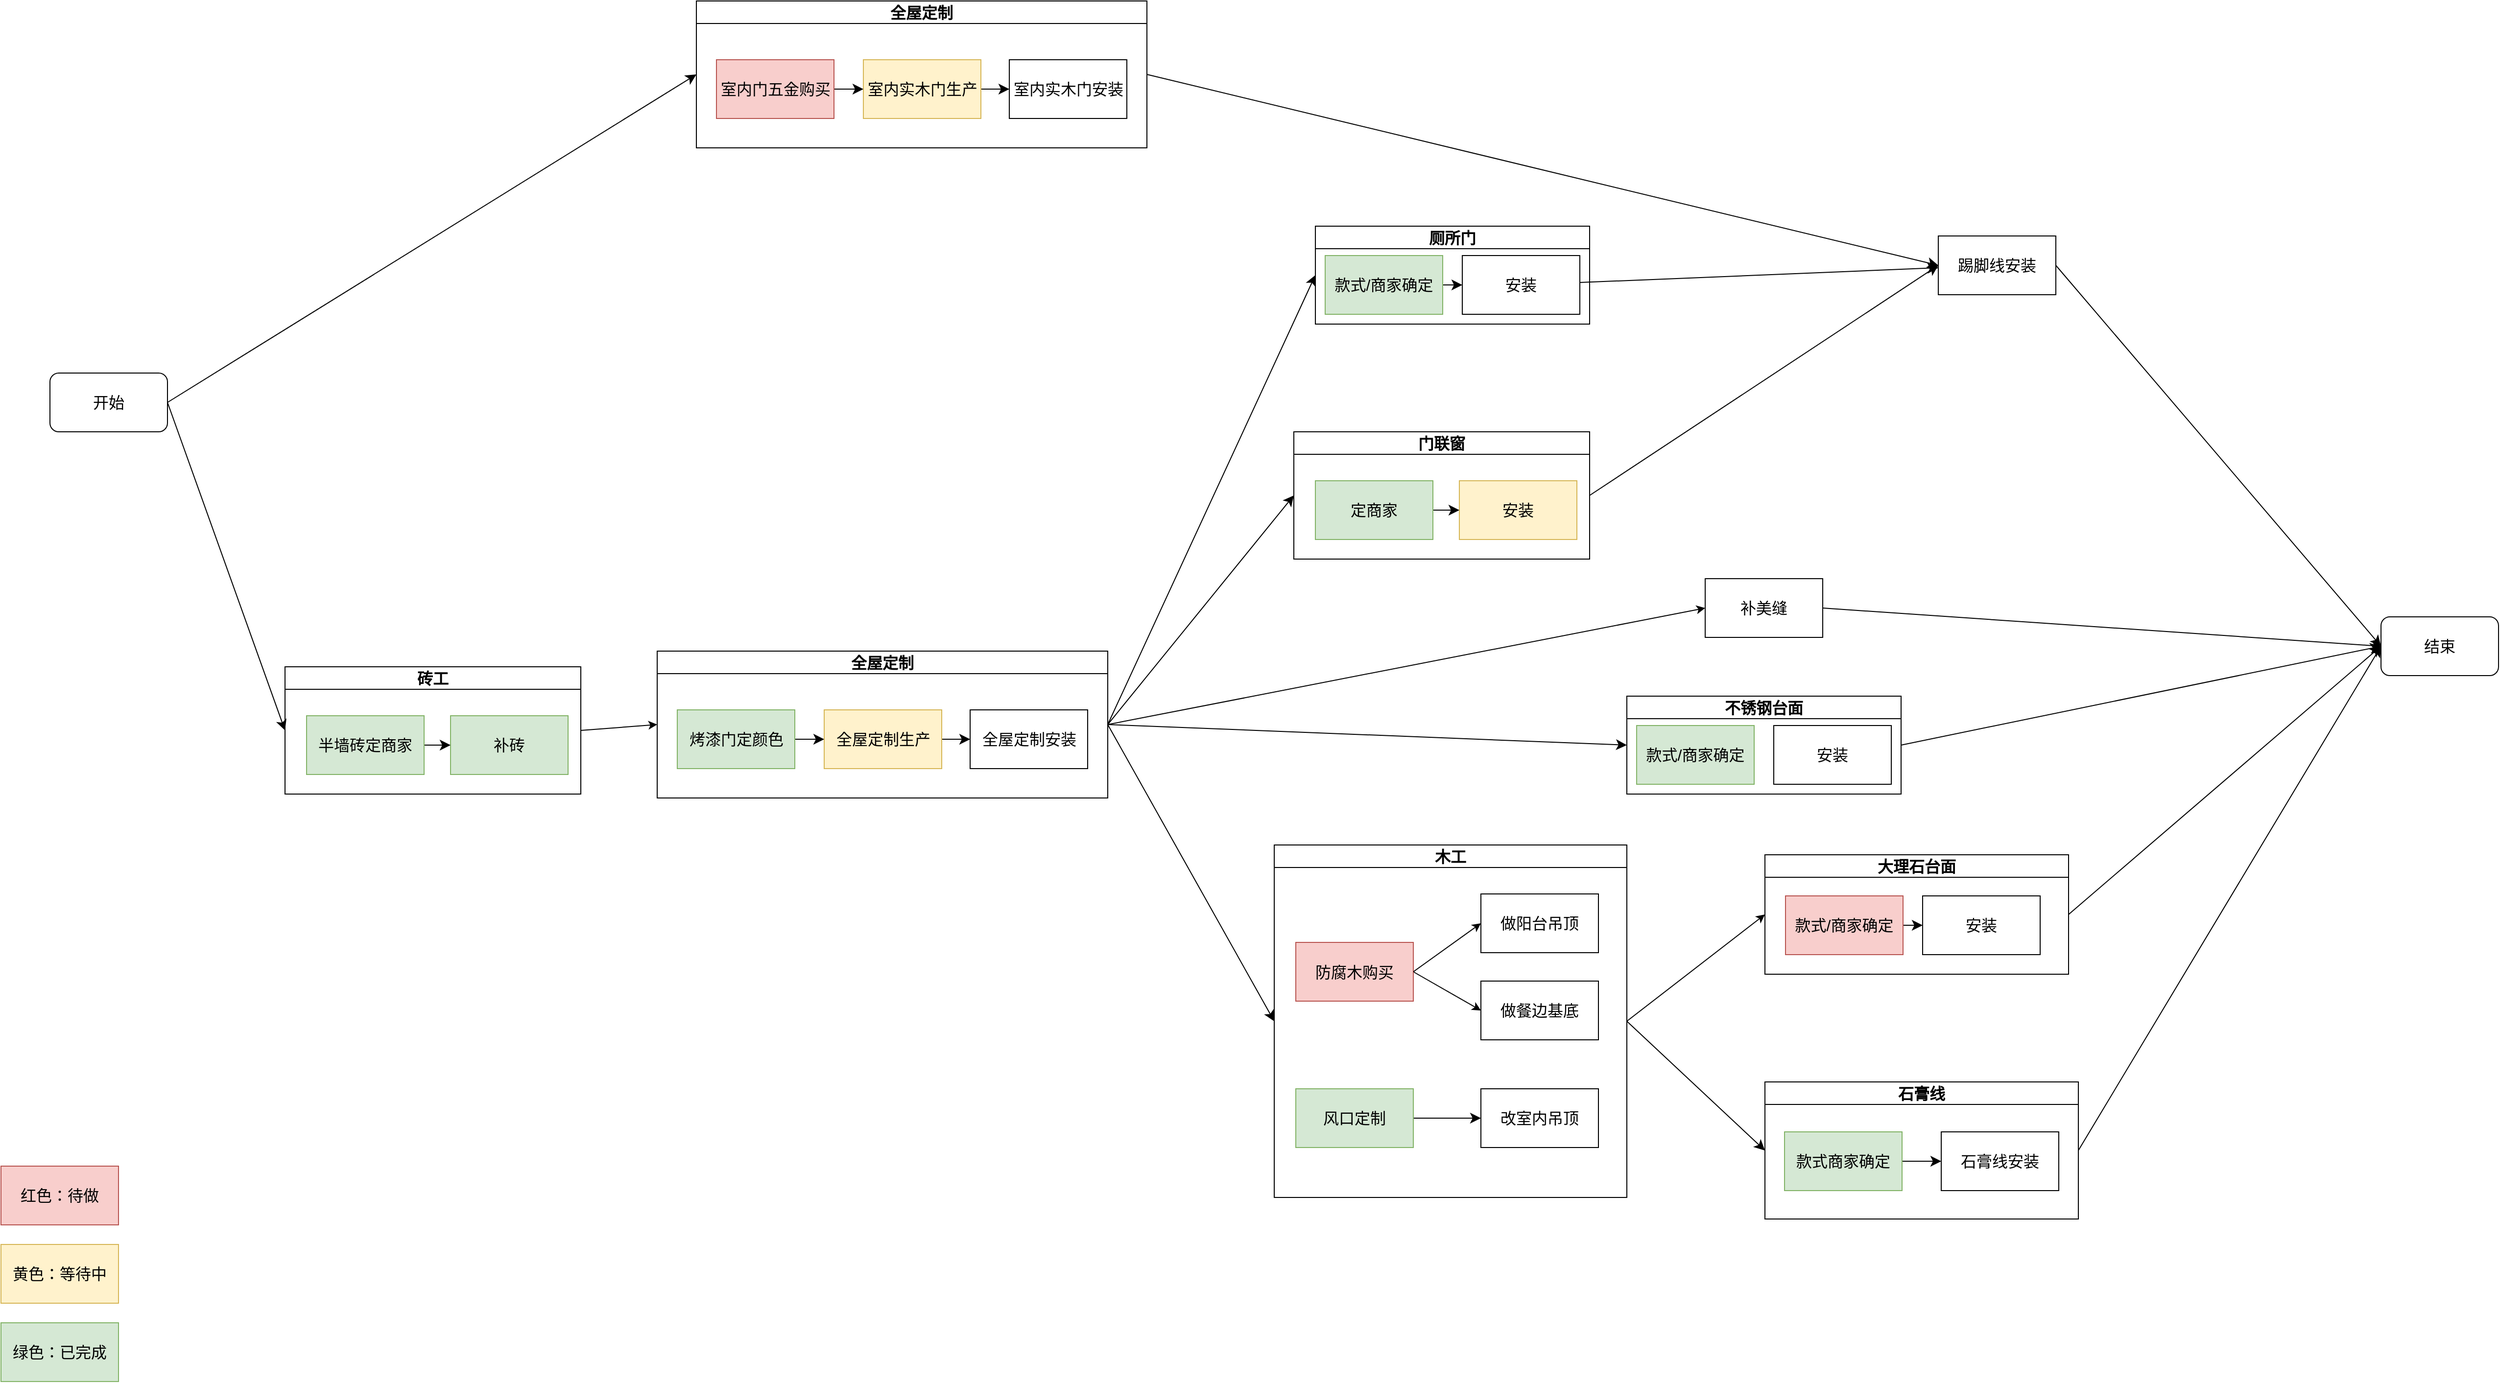
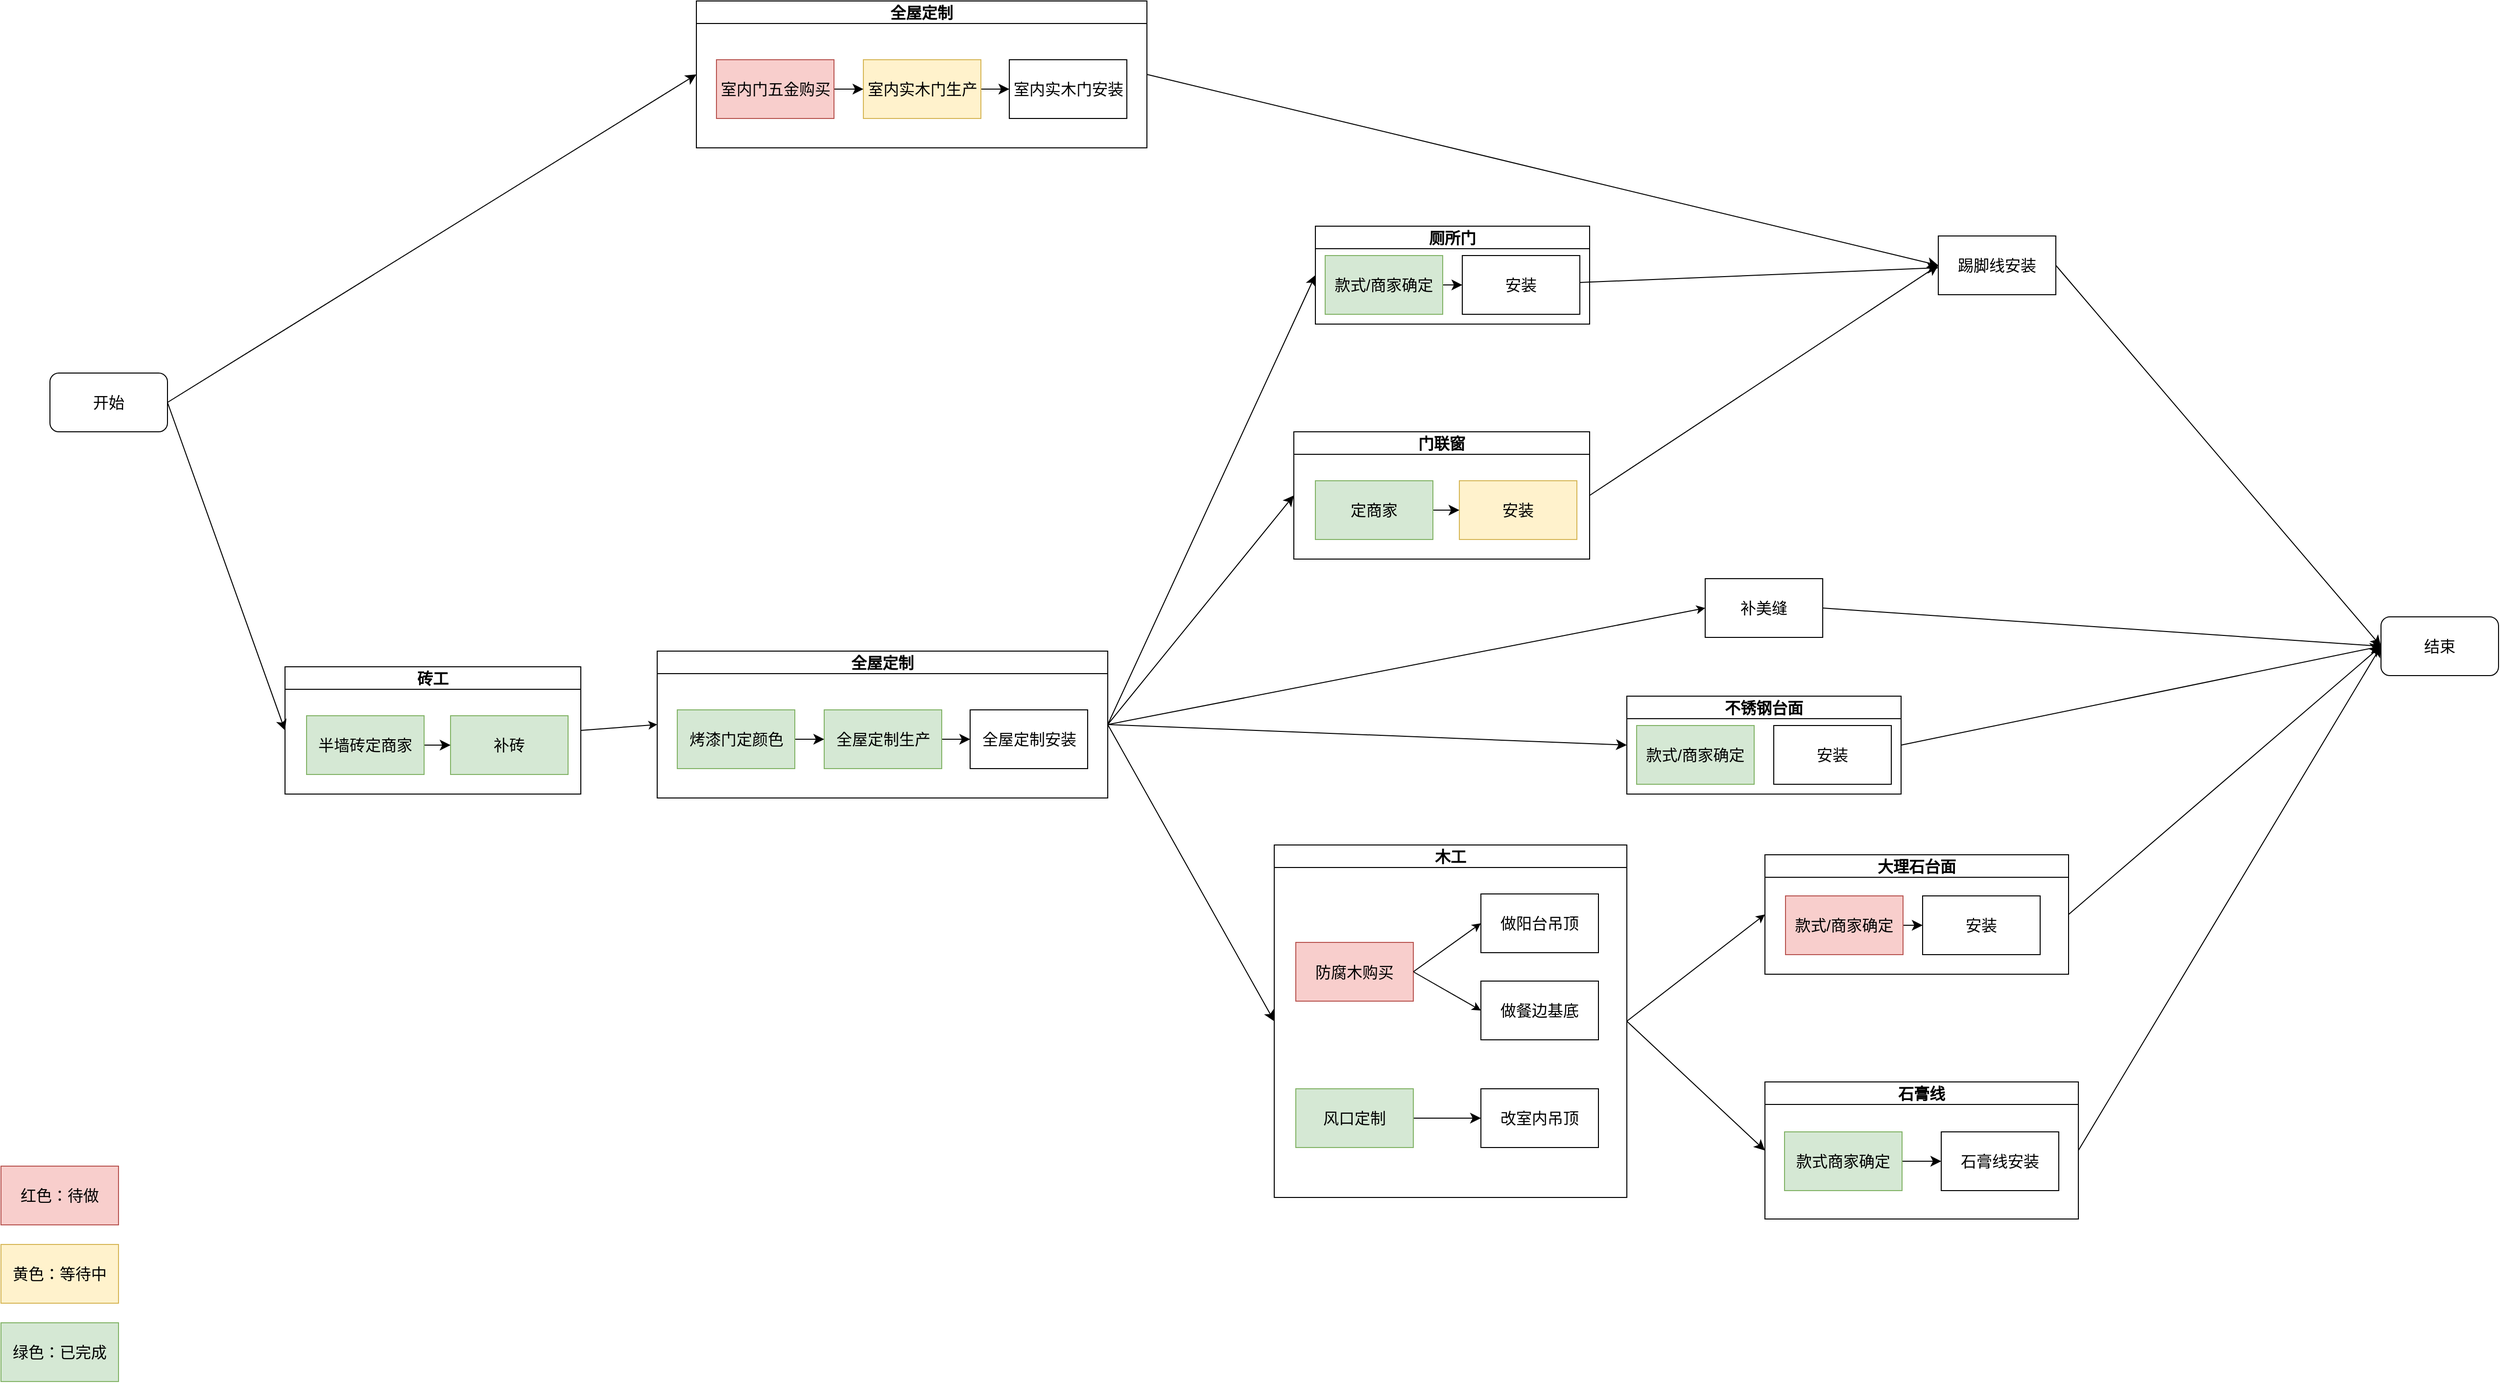
<mxfile host="app.diagrams.net">
  <diagram name="第 1 页" id="2Ei7WXRB8zRWnQdxWP_-">
    <mxGraphModel dx="2754" dy="1920" grid="1" gridSize="10" guides="1" tooltips="1" connect="1" arrows="1" fold="1" page="1" pageScale="1" pageWidth="827" pageHeight="1169" math="0" shadow="0">
      <root>
        <mxCell id="0" />
        <mxCell id="1" parent="0" />
        <mxCell id="gJAD5dA8SqptaOQvNV3d-4" edge="1" parent="1" source="gJAD5dA8SqptaOQvNV3d-6" style="edgeStyle=none;curved=1;rounded=0;orthogonalLoop=1;jettySize=auto;html=1;exitX=1;exitY=0.5;exitDx=0;exitDy=0;entryX=0;entryY=0.5;entryDx=0;entryDy=0;fontSize=16;startSize=8;endSize=8;" target="FFw6kcmiYEBRZalVSlK9-1">
          <mxGeometry relative="1" as="geometry" />
        </mxCell>
        <mxCell id="gJAD5dA8SqptaOQvNV3d-95" edge="1" parent="1" source="gJAD5dA8SqptaOQvNV3d-6" style="edgeStyle=none;curved=1;rounded=0;orthogonalLoop=1;jettySize=auto;html=1;exitX=1;exitY=0.5;exitDx=0;exitDy=0;entryX=0;entryY=0.5;entryDx=0;entryDy=0;fontSize=12;startSize=8;endSize=8;" target="gJAD5dA8SqptaOQvNV3d-89">
          <mxGeometry relative="1" as="geometry" />
        </mxCell>
        <mxCell id="gJAD5dA8SqptaOQvNV3d-6" parent="1" style="rounded=1;whiteSpace=wrap;html=1;fontSize=16;" value="开始" vertex="1">
          <mxGeometry height="60" width="120" x="140" y="890" as="geometry" />
        </mxCell>
        <mxCell id="gJAD5dA8SqptaOQvNV3d-8" edge="1" parent="1" style="edgeStyle=none;curved=1;rounded=0;orthogonalLoop=1;jettySize=auto;html=1;exitX=1;exitY=0.5;exitDx=0;exitDy=0;entryX=0;entryY=0.5;entryDx=0;entryDy=0;fontSize=16;startSize=8;endSize=8;">
          <mxGeometry relative="1" as="geometry">
            <mxPoint x="730" y="720" as="sourcePoint" />
          </mxGeometry>
        </mxCell>
        <mxCell id="gJAD5dA8SqptaOQvNV3d-17" edge="1" parent="1" source="gJAD5dA8SqptaOQvNV3d-21" style="edgeStyle=none;curved=1;rounded=0;orthogonalLoop=1;jettySize=auto;html=1;exitX=1;exitY=0.5;exitDx=0;exitDy=0;entryX=0;entryY=0.5;entryDx=0;entryDy=0;fontSize=16;startSize=8;endSize=8;" target="gJAD5dA8SqptaOQvNV3d-33">
          <mxGeometry relative="1" as="geometry" />
        </mxCell>
        <mxCell id="gJAD5dA8SqptaOQvNV3d-18" edge="1" parent="1" source="gJAD5dA8SqptaOQvNV3d-21" style="edgeStyle=none;curved=1;rounded=0;orthogonalLoop=1;jettySize=auto;html=1;exitX=1;exitY=0.5;exitDx=0;exitDy=0;fontSize=16;startSize=8;endSize=8;entryX=0;entryY=0.5;entryDx=0;entryDy=0;" target="gJAD5dA8SqptaOQvNV3d-71">
          <mxGeometry relative="1" as="geometry">
            <mxPoint x="1240" y="1060" as="targetPoint" />
          </mxGeometry>
        </mxCell>
        <mxCell id="gJAD5dA8SqptaOQvNV3d-19" edge="1" parent="1" source="gJAD5dA8SqptaOQvNV3d-21" style="edgeStyle=none;curved=1;rounded=0;orthogonalLoop=1;jettySize=auto;html=1;exitX=1;exitY=0.5;exitDx=0;exitDy=0;fontSize=16;startSize=8;endSize=8;entryX=0;entryY=0.5;entryDx=0;entryDy=0;" target="gJAD5dA8SqptaOQvNV3d-43">
          <mxGeometry relative="1" as="geometry">
            <mxPoint x="950" y="1150" as="targetPoint" />
          </mxGeometry>
        </mxCell>
        <mxCell id="gJAD5dA8SqptaOQvNV3d-20" edge="1" parent="1" source="gJAD5dA8SqptaOQvNV3d-21" style="edgeStyle=none;curved=1;rounded=0;orthogonalLoop=1;jettySize=auto;html=1;exitX=1;exitY=0.5;exitDx=0;exitDy=0;entryX=0;entryY=0.5;entryDx=0;entryDy=0;fontSize=16;startSize=8;endSize=8;" target="gJAD5dA8SqptaOQvNV3d-66">
          <mxGeometry relative="1" as="geometry" />
        </mxCell>
        <mxCell id="FFw6kcmiYEBRZalVSlK9-6" edge="1" parent="1" source="gJAD5dA8SqptaOQvNV3d-21" style="rounded=0;orthogonalLoop=1;jettySize=auto;html=1;exitX=1;exitY=0.5;exitDx=0;exitDy=0;entryX=0;entryY=0.5;entryDx=0;entryDy=0;" target="gJAD5dA8SqptaOQvNV3d-63">
          <mxGeometry relative="1" as="geometry" />
        </mxCell>
        <mxCell id="gJAD5dA8SqptaOQvNV3d-21" parent="1" style="swimlane;whiteSpace=wrap;html=1;startSize=23;fontSize=16;" value="全屋定制" vertex="1">
          <mxGeometry height="150" width="460" x="760" y="1174" as="geometry" />
        </mxCell>
        <mxCell id="gJAD5dA8SqptaOQvNV3d-22" edge="1" parent="gJAD5dA8SqptaOQvNV3d-21" source="gJAD5dA8SqptaOQvNV3d-23" style="edgeStyle=none;curved=1;rounded=0;orthogonalLoop=1;jettySize=auto;html=1;exitX=1;exitY=0.5;exitDx=0;exitDy=0;entryX=0;entryY=0.5;entryDx=0;entryDy=0;fontSize=16;startSize=8;endSize=8;" target="gJAD5dA8SqptaOQvNV3d-28">
          <mxGeometry relative="1" as="geometry" />
        </mxCell>
-         <mxCell id="gJAD5dA8SqptaOQvNV3d-23" parent="gJAD5dA8SqptaOQvNV3d-21" style="rounded=0;whiteSpace=wrap;html=1;fontSize=16;fillColor=#fff2cc;strokeColor=#d6b656;" value="全屋定制生产" vertex="1">
+         <mxCell id="gJAD5dA8SqptaOQvNV3d-23" parent="gJAD5dA8SqptaOQvNV3d-21" style="rounded=0;whiteSpace=wrap;html=1;fontSize=16;fillColor=#d5e8d4;strokeColor=#82b366;" value="全屋定制生产" vertex="1">
          <mxGeometry height="60" width="120" x="170.5" y="60" as="geometry" />
        </mxCell>
        <mxCell id="gJAD5dA8SqptaOQvNV3d-24" edge="1" parent="gJAD5dA8SqptaOQvNV3d-21" source="gJAD5dA8SqptaOQvNV3d-25" style="edgeStyle=none;curved=1;rounded=0;orthogonalLoop=1;jettySize=auto;html=1;exitX=1;exitY=0.5;exitDx=0;exitDy=0;entryX=0;entryY=0.5;entryDx=0;entryDy=0;fontSize=16;startSize=8;endSize=8;" target="gJAD5dA8SqptaOQvNV3d-23">
          <mxGeometry relative="1" as="geometry" />
        </mxCell>
        <mxCell id="gJAD5dA8SqptaOQvNV3d-25" parent="gJAD5dA8SqptaOQvNV3d-21" style="rounded=0;whiteSpace=wrap;html=1;fontSize=16;fillColor=#d5e8d4;strokeColor=#82b366;" value="烤漆门定颜色" vertex="1">
          <mxGeometry height="60" width="120" x="20.5" y="60" as="geometry" />
        </mxCell>
        <mxCell id="gJAD5dA8SqptaOQvNV3d-28" parent="gJAD5dA8SqptaOQvNV3d-21" style="rounded=0;whiteSpace=wrap;html=1;fontSize=16;" value="全屋定制安装" vertex="1">
          <mxGeometry height="60" width="120" x="319.5" y="60" as="geometry" />
        </mxCell>
        <mxCell id="gJAD5dA8SqptaOQvNV3d-31" edge="1" parent="1" source="gJAD5dA8SqptaOQvNV3d-32" style="edgeStyle=none;curved=1;rounded=0;orthogonalLoop=1;jettySize=auto;html=1;exitX=1;exitY=0.5;exitDx=0;exitDy=0;entryX=0;entryY=0.5;entryDx=0;entryDy=0;fontSize=16;startSize=8;endSize=8;" target="gJAD5dA8SqptaOQvNV3d-34">
          <mxGeometry relative="1" as="geometry" />
        </mxCell>
        <mxCell id="gJAD5dA8SqptaOQvNV3d-32" parent="1" style="rounded=0;whiteSpace=wrap;html=1;fontSize=16;fillColor=#d5e8d4;strokeColor=#82b366;" value="款式/商家确定" vertex="1">
          <mxGeometry height="60" width="120" x="1442" y="770" as="geometry" />
        </mxCell>
        <mxCell id="gJAD5dA8SqptaOQvNV3d-33" parent="1" style="swimlane;whiteSpace=wrap;html=1;fontSize=16;" value="厕所门" vertex="1">
          <mxGeometry height="100" width="280" x="1432" y="740" as="geometry" />
        </mxCell>
        <mxCell id="gJAD5dA8SqptaOQvNV3d-34" parent="gJAD5dA8SqptaOQvNV3d-33" style="whiteSpace=wrap;html=1;rounded=0;fontSize=16;" value="安装" vertex="1">
          <mxGeometry height="60" width="120" x="150" y="30" as="geometry" />
        </mxCell>
        <mxCell id="gJAD5dA8SqptaOQvNV3d-41" parent="1" style="rounded=0;whiteSpace=wrap;html=1;fontSize=16;fillColor=#d5e8d4;strokeColor=#82b366;" value="款式/商家确定" vertex="1">
          <mxGeometry height="60" width="120" x="1760" y="1250" as="geometry" />
        </mxCell>
        <mxCell id="gJAD5dA8SqptaOQvNV3d-42" edge="1" parent="1" source="gJAD5dA8SqptaOQvNV3d-43" style="edgeStyle=none;curved=1;rounded=0;orthogonalLoop=1;jettySize=auto;html=1;exitX=1;exitY=0.5;exitDx=0;exitDy=0;entryX=0;entryY=0.5;entryDx=0;entryDy=0;fontSize=16;startSize=8;endSize=8;" target="gJAD5dA8SqptaOQvNV3d-52">
          <mxGeometry relative="1" as="geometry">
            <mxPoint x="2080" y="1170" as="targetPoint" />
          </mxGeometry>
        </mxCell>
        <mxCell id="gJAD5dA8SqptaOQvNV3d-43" parent="1" style="swimlane;whiteSpace=wrap;html=1;fontSize=16;" value="不锈钢台面" vertex="1">
          <mxGeometry height="100" width="280" x="1750" y="1220" as="geometry" />
        </mxCell>
        <mxCell id="gJAD5dA8SqptaOQvNV3d-44" parent="gJAD5dA8SqptaOQvNV3d-43" style="whiteSpace=wrap;html=1;rounded=0;fontSize=16;" value="安装" vertex="1">
          <mxGeometry height="60" width="120" x="150" y="30" as="geometry" />
        </mxCell>
        <mxCell id="gJAD5dA8SqptaOQvNV3d-45" edge="1" parent="1" source="gJAD5dA8SqptaOQvNV3d-46" style="edgeStyle=none;curved=1;rounded=0;orthogonalLoop=1;jettySize=auto;html=1;exitX=1;exitY=0.5;exitDx=0;exitDy=0;entryX=0;entryY=0.5;entryDx=0;entryDy=0;fontSize=16;startSize=8;endSize=8;" target="gJAD5dA8SqptaOQvNV3d-49">
          <mxGeometry relative="1" as="geometry" />
        </mxCell>
        <mxCell id="gJAD5dA8SqptaOQvNV3d-46" parent="1" style="rounded=0;whiteSpace=wrap;html=1;fontSize=16;fillColor=#f8cecc;strokeColor=#b85450;" value="款式/商家确定" vertex="1">
          <mxGeometry height="60" width="120" x="1912" y="1424" as="geometry" />
        </mxCell>
        <mxCell id="gJAD5dA8SqptaOQvNV3d-47" edge="1" parent="1" source="gJAD5dA8SqptaOQvNV3d-48" style="edgeStyle=none;curved=1;rounded=0;orthogonalLoop=1;jettySize=auto;html=1;exitX=1;exitY=0.5;exitDx=0;exitDy=0;entryX=0;entryY=0.5;entryDx=0;entryDy=0;fontSize=16;startSize=8;endSize=8;" target="gJAD5dA8SqptaOQvNV3d-52">
          <mxGeometry relative="1" as="geometry">
            <mxPoint x="2080" y="1170" as="targetPoint" />
          </mxGeometry>
        </mxCell>
        <mxCell id="gJAD5dA8SqptaOQvNV3d-48" parent="1" style="swimlane;whiteSpace=wrap;html=1;fontSize=16;" value="大理石台面" vertex="1">
          <mxGeometry height="122" width="310" x="1891" y="1382" as="geometry" />
        </mxCell>
        <mxCell id="gJAD5dA8SqptaOQvNV3d-49" parent="gJAD5dA8SqptaOQvNV3d-48" style="whiteSpace=wrap;html=1;rounded=0;fontSize=16;" value="安装" vertex="1">
          <mxGeometry height="60" width="120" x="161" y="42" as="geometry" />
        </mxCell>
        <mxCell id="gJAD5dA8SqptaOQvNV3d-50" edge="1" parent="1" source="gJAD5dA8SqptaOQvNV3d-51" style="edgeStyle=none;curved=1;rounded=0;orthogonalLoop=1;jettySize=auto;html=1;exitX=1;exitY=0.5;exitDx=0;exitDy=0;fontSize=16;startSize=8;endSize=8;entryX=0;entryY=0.5;entryDx=0;entryDy=0;" target="gJAD5dA8SqptaOQvNV3d-52">
          <mxGeometry relative="1" as="geometry">
            <mxPoint x="2080" y="1170" as="targetPoint" />
          </mxGeometry>
        </mxCell>
        <mxCell id="gJAD5dA8SqptaOQvNV3d-51" parent="1" style="whiteSpace=wrap;html=1;rounded=0;fontSize=16;" value="踢脚线安装" vertex="1">
          <mxGeometry height="60" width="120" x="2068" y="750" as="geometry" />
        </mxCell>
        <mxCell id="gJAD5dA8SqptaOQvNV3d-52" parent="1" style="rounded=1;whiteSpace=wrap;html=1;fontSize=16;" value="结束" vertex="1">
          <mxGeometry height="60" width="120" x="2520" y="1139" as="geometry" />
        </mxCell>
        <mxCell id="gJAD5dA8SqptaOQvNV3d-53" edge="1" parent="1" source="gJAD5dA8SqptaOQvNV3d-34" style="edgeStyle=none;curved=1;rounded=0;orthogonalLoop=1;jettySize=auto;html=1;fontSize=16;startSize=8;endSize=8;" target="gJAD5dA8SqptaOQvNV3d-51" value="">
          <mxGeometry relative="1" as="geometry" />
        </mxCell>
        <mxCell id="gJAD5dA8SqptaOQvNV3d-54" parent="1" style="rounded=0;whiteSpace=wrap;html=1;fontSize=16;fillColor=#fff2cc;strokeColor=#d6b656;" value="黄色：等待中" vertex="1">
          <mxGeometry height="60" width="120" x="90" y="1780" as="geometry" />
        </mxCell>
        <mxCell id="gJAD5dA8SqptaOQvNV3d-55" parent="1" style="rounded=0;whiteSpace=wrap;html=1;fontSize=16;fillColor=#d5e8d4;strokeColor=#82b366;" value="绿色：已完成" vertex="1">
          <mxGeometry height="60" width="120" x="90" y="1860" as="geometry" />
        </mxCell>
        <mxCell id="gJAD5dA8SqptaOQvNV3d-56" parent="1" style="rounded=0;whiteSpace=wrap;html=1;fontSize=16;fillColor=#f8cecc;strokeColor=#b85450;" value="红色：待做" vertex="1">
          <mxGeometry height="60" width="120" x="90" y="1700" as="geometry" />
        </mxCell>
        <mxCell id="gJAD5dA8SqptaOQvNV3d-62" edge="1" parent="1" source="gJAD5dA8SqptaOQvNV3d-63" style="rounded=0;orthogonalLoop=1;jettySize=auto;html=1;exitX=1;exitY=0.5;exitDx=0;exitDy=0;entryX=0;entryY=0.5;entryDx=0;entryDy=0;" target="gJAD5dA8SqptaOQvNV3d-52">
          <mxGeometry relative="1" as="geometry">
            <mxPoint x="1670" y="1260" as="targetPoint" />
          </mxGeometry>
        </mxCell>
        <mxCell id="gJAD5dA8SqptaOQvNV3d-63" parent="1" style="rounded=0;whiteSpace=wrap;html=1;fontSize=16;" value="补美缝" vertex="1">
          <mxGeometry height="60" width="120" x="1830" y="1100" as="geometry" />
        </mxCell>
        <mxCell id="gJAD5dA8SqptaOQvNV3d-65" edge="1" parent="1" source="gJAD5dA8SqptaOQvNV3d-66" style="rounded=0;orthogonalLoop=1;jettySize=auto;html=1;exitX=1;exitY=0.5;exitDx=0;exitDy=0;entryX=0;entryY=0.5;entryDx=0;entryDy=0;" target="gJAD5dA8SqptaOQvNV3d-48">
          <mxGeometry relative="1" as="geometry">
            <mxPoint x="1531" y="1375" as="sourcePoint" />
          </mxGeometry>
        </mxCell>
        <mxCell id="gJAD5dA8SqptaOQvNV3d-84" edge="1" parent="1" source="gJAD5dA8SqptaOQvNV3d-66" style="edgeStyle=none;curved=1;rounded=0;orthogonalLoop=1;jettySize=auto;html=1;exitX=1;exitY=0.5;exitDx=0;exitDy=0;entryX=0;entryY=0.5;entryDx=0;entryDy=0;fontSize=12;startSize=8;endSize=8;" target="gJAD5dA8SqptaOQvNV3d-80">
          <mxGeometry relative="1" as="geometry" />
        </mxCell>
        <mxCell id="gJAD5dA8SqptaOQvNV3d-66" parent="1" style="swimlane;whiteSpace=wrap;html=1;fontSize=16;" value="木工" vertex="1">
          <mxGeometry height="360" width="360" x="1390" y="1372" as="geometry" />
        </mxCell>
        <mxCell id="gJAD5dA8SqptaOQvNV3d-67" parent="gJAD5dA8SqptaOQvNV3d-66" style="rounded=0;whiteSpace=wrap;html=1;fontSize=16;" value="做餐边基底" vertex="1">
          <mxGeometry height="60" width="120" x="211" y="139" as="geometry" />
        </mxCell>
        <mxCell id="gJAD5dA8SqptaOQvNV3d-68" edge="1" parent="gJAD5dA8SqptaOQvNV3d-66" source="gJAD5dA8SqptaOQvNV3d-69" style="rounded=0;orthogonalLoop=1;jettySize=auto;html=1;exitX=1;exitY=0.5;exitDx=0;exitDy=0;entryX=0;entryY=0.5;entryDx=0;entryDy=0;" target="gJAD5dA8SqptaOQvNV3d-67">
          <mxGeometry relative="1" as="geometry" />
        </mxCell>
        <mxCell id="gJAD5dA8SqptaOQvNV3d-69" parent="gJAD5dA8SqptaOQvNV3d-66" style="rounded=0;whiteSpace=wrap;html=1;fontSize=16;fillColor=#f8cecc;strokeColor=#b85450;" value="防腐木购买" vertex="1">
          <mxGeometry height="60" width="120" x="22" y="99.5" as="geometry" />
        </mxCell>
        <mxCell id="gJAD5dA8SqptaOQvNV3d-79" edge="1" parent="gJAD5dA8SqptaOQvNV3d-66" source="gJAD5dA8SqptaOQvNV3d-77" style="edgeStyle=none;curved=1;rounded=0;orthogonalLoop=1;jettySize=auto;html=1;exitX=1;exitY=0.5;exitDx=0;exitDy=0;entryX=0;entryY=0.5;entryDx=0;entryDy=0;fontSize=12;startSize=8;endSize=8;" target="gJAD5dA8SqptaOQvNV3d-78">
          <mxGeometry relative="1" as="geometry" />
        </mxCell>
        <mxCell id="gJAD5dA8SqptaOQvNV3d-77" parent="gJAD5dA8SqptaOQvNV3d-66" style="rounded=0;whiteSpace=wrap;html=1;fontSize=16;fillColor=#d5e8d4;strokeColor=#82b366;" value="风口定制" vertex="1">
          <mxGeometry height="60" width="120" x="22" y="249" as="geometry" />
        </mxCell>
        <mxCell id="gJAD5dA8SqptaOQvNV3d-78" parent="gJAD5dA8SqptaOQvNV3d-66" style="rounded=0;whiteSpace=wrap;html=1;fontSize=16;" value="改室内吊顶" vertex="1">
          <mxGeometry height="60" width="120" x="211" y="249" as="geometry" />
        </mxCell>
        <mxCell id="gJAD5dA8SqptaOQvNV3d-64" parent="gJAD5dA8SqptaOQvNV3d-66" style="rounded=0;whiteSpace=wrap;html=1;fontSize=16;" value="做阳台吊顶" vertex="1">
          <mxGeometry height="60" width="120" x="211" y="50" as="geometry" />
        </mxCell>
        <mxCell id="gJAD5dA8SqptaOQvNV3d-70" edge="1" parent="gJAD5dA8SqptaOQvNV3d-66" source="gJAD5dA8SqptaOQvNV3d-69" style="rounded=0;orthogonalLoop=1;jettySize=auto;html=1;exitX=1;exitY=0.5;exitDx=0;exitDy=0;entryX=0;entryY=0.5;entryDx=0;entryDy=0;" target="gJAD5dA8SqptaOQvNV3d-64">
          <mxGeometry relative="1" as="geometry" />
        </mxCell>
        <mxCell id="pHg6ZgJM_Yp1jqKYYwtd-1" edge="1" parent="1" source="gJAD5dA8SqptaOQvNV3d-71" style="edgeStyle=none;curved=1;rounded=0;orthogonalLoop=1;jettySize=auto;html=1;exitX=1;exitY=0.5;exitDx=0;exitDy=0;entryX=0;entryY=0.5;entryDx=0;entryDy=0;fontSize=12;startSize=8;endSize=8;" target="gJAD5dA8SqptaOQvNV3d-51">
          <mxGeometry relative="1" as="geometry" />
        </mxCell>
        <mxCell id="gJAD5dA8SqptaOQvNV3d-71" parent="1" style="swimlane;whiteSpace=wrap;html=1;startSize=23;fontSize=16;" value="门联窗" vertex="1">
          <mxGeometry height="130" width="302" x="1410" y="950" as="geometry" />
        </mxCell>
        <mxCell id="gJAD5dA8SqptaOQvNV3d-72" parent="gJAD5dA8SqptaOQvNV3d-71" style="rounded=0;whiteSpace=wrap;html=1;fontSize=16;fillColor=#fff2cc;strokeColor=#d6b656;" value="安装" vertex="1">
          <mxGeometry height="60" width="120" x="169" y="50" as="geometry" />
        </mxCell>
        <mxCell id="gJAD5dA8SqptaOQvNV3d-73" edge="1" parent="gJAD5dA8SqptaOQvNV3d-71" source="gJAD5dA8SqptaOQvNV3d-74" style="edgeStyle=none;curved=1;rounded=0;orthogonalLoop=1;jettySize=auto;html=1;exitX=1;exitY=0.5;exitDx=0;exitDy=0;fontSize=16;startSize=8;endSize=8;entryX=0;entryY=0.5;entryDx=0;entryDy=0;" target="gJAD5dA8SqptaOQvNV3d-72">
          <mxGeometry relative="1" as="geometry">
            <mxPoint x="159.99999999999977" y="80" as="targetPoint" />
          </mxGeometry>
        </mxCell>
        <mxCell id="gJAD5dA8SqptaOQvNV3d-74" parent="gJAD5dA8SqptaOQvNV3d-71" style="rounded=0;whiteSpace=wrap;html=1;fontSize=16;fillColor=#d5e8d4;strokeColor=#82b366;" value="定商家" vertex="1">
          <mxGeometry height="60" width="120" x="22" y="50" as="geometry" />
        </mxCell>
        <mxCell id="gJAD5dA8SqptaOQvNV3d-85" edge="1" parent="1" source="gJAD5dA8SqptaOQvNV3d-80" style="edgeStyle=none;curved=1;rounded=0;orthogonalLoop=1;jettySize=auto;html=1;exitX=1;exitY=0.5;exitDx=0;exitDy=0;entryX=0;entryY=0.5;entryDx=0;entryDy=0;fontSize=12;startSize=8;endSize=8;" target="gJAD5dA8SqptaOQvNV3d-52">
          <mxGeometry relative="1" as="geometry">
            <mxPoint x="2080" y="1170" as="targetPoint" />
          </mxGeometry>
        </mxCell>
        <mxCell id="gJAD5dA8SqptaOQvNV3d-80" parent="1" style="swimlane;whiteSpace=wrap;html=1;fontSize=16;" value="石膏线" vertex="1">
          <mxGeometry height="140" width="320" x="1891" y="1614" as="geometry" />
        </mxCell>
        <mxCell id="gJAD5dA8SqptaOQvNV3d-81" parent="gJAD5dA8SqptaOQvNV3d-80" style="rounded=0;whiteSpace=wrap;html=1;fontSize=16;" value="石膏线安装" vertex="1">
          <mxGeometry height="60" width="120" x="180" y="51" as="geometry" />
        </mxCell>
        <mxCell id="gJAD5dA8SqptaOQvNV3d-82" edge="1" parent="gJAD5dA8SqptaOQvNV3d-80" source="gJAD5dA8SqptaOQvNV3d-83" style="edgeStyle=none;curved=1;rounded=0;orthogonalLoop=1;jettySize=auto;html=1;exitX=1;exitY=0.5;exitDx=0;exitDy=0;entryX=0;entryY=0.5;entryDx=0;entryDy=0;fontSize=16;startSize=8;endSize=8;" target="gJAD5dA8SqptaOQvNV3d-81">
          <mxGeometry relative="1" as="geometry" />
        </mxCell>
        <mxCell id="gJAD5dA8SqptaOQvNV3d-83" parent="gJAD5dA8SqptaOQvNV3d-80" style="rounded=0;whiteSpace=wrap;html=1;fontSize=16;fillColor=#d5e8d4;strokeColor=#82b366;" value="款式商家确定" vertex="1">
          <mxGeometry height="60" width="120" x="20" y="51" as="geometry" />
        </mxCell>
        <mxCell id="gJAD5dA8SqptaOQvNV3d-96" edge="1" parent="1" source="gJAD5dA8SqptaOQvNV3d-89" style="edgeStyle=none;curved=1;rounded=0;orthogonalLoop=1;jettySize=auto;html=1;exitX=1;exitY=0.5;exitDx=0;exitDy=0;entryX=0;entryY=0.5;entryDx=0;entryDy=0;fontSize=12;startSize=8;endSize=8;" target="gJAD5dA8SqptaOQvNV3d-51">
          <mxGeometry relative="1" as="geometry" />
        </mxCell>
        <mxCell id="gJAD5dA8SqptaOQvNV3d-89" parent="1" style="swimlane;whiteSpace=wrap;html=1;startSize=23;fontSize=16;" value="全屋定制" vertex="1">
          <mxGeometry height="150" width="460" x="800" y="510" as="geometry" />
        </mxCell>
        <mxCell id="gJAD5dA8SqptaOQvNV3d-90" edge="1" parent="gJAD5dA8SqptaOQvNV3d-89" source="gJAD5dA8SqptaOQvNV3d-91" style="edgeStyle=none;curved=1;rounded=0;orthogonalLoop=1;jettySize=auto;html=1;exitX=1;exitY=0.5;exitDx=0;exitDy=0;entryX=0;entryY=0.5;entryDx=0;entryDy=0;fontSize=16;startSize=8;endSize=8;" target="gJAD5dA8SqptaOQvNV3d-94">
          <mxGeometry relative="1" as="geometry" />
        </mxCell>
        <mxCell id="gJAD5dA8SqptaOQvNV3d-91" parent="gJAD5dA8SqptaOQvNV3d-89" style="rounded=0;whiteSpace=wrap;html=1;fontSize=16;fillColor=#fff2cc;strokeColor=#d6b656;" value="室内实木门生产" vertex="1">
          <mxGeometry height="60" width="120" x="170.5" y="60" as="geometry" />
        </mxCell>
        <mxCell id="gJAD5dA8SqptaOQvNV3d-92" edge="1" parent="gJAD5dA8SqptaOQvNV3d-89" source="gJAD5dA8SqptaOQvNV3d-93" style="edgeStyle=none;curved=1;rounded=0;orthogonalLoop=1;jettySize=auto;html=1;exitX=1;exitY=0.5;exitDx=0;exitDy=0;entryX=0;entryY=0.5;entryDx=0;entryDy=0;fontSize=16;startSize=8;endSize=8;" target="gJAD5dA8SqptaOQvNV3d-91">
          <mxGeometry relative="1" as="geometry" />
        </mxCell>
        <mxCell id="gJAD5dA8SqptaOQvNV3d-93" parent="gJAD5dA8SqptaOQvNV3d-89" style="rounded=0;whiteSpace=wrap;html=1;fontSize=16;fillColor=#f8cecc;strokeColor=#b85450;" value="室内门五金购买" vertex="1">
          <mxGeometry height="60" width="120" x="20.5" y="60" as="geometry" />
        </mxCell>
        <mxCell id="gJAD5dA8SqptaOQvNV3d-94" parent="gJAD5dA8SqptaOQvNV3d-89" style="rounded=0;whiteSpace=wrap;html=1;fontSize=16;" value="室内实木门安装" vertex="1">
          <mxGeometry height="60" width="120" x="319.5" y="60" as="geometry" />
        </mxCell>
        <mxCell id="FFw6kcmiYEBRZalVSlK9-5" edge="1" parent="1" source="FFw6kcmiYEBRZalVSlK9-1" style="rounded=0;orthogonalLoop=1;jettySize=auto;html=1;exitX=1;exitY=0.5;exitDx=0;exitDy=0;entryX=0;entryY=0.5;entryDx=0;entryDy=0;" target="gJAD5dA8SqptaOQvNV3d-21">
          <mxGeometry relative="1" as="geometry" />
        </mxCell>
        <mxCell id="FFw6kcmiYEBRZalVSlK9-1" parent="1" style="swimlane;whiteSpace=wrap;html=1;startSize=23;fontSize=16;" value="砖工" vertex="1">
          <mxGeometry height="130" width="302" x="380" y="1190" as="geometry" />
        </mxCell>
        <mxCell id="FFw6kcmiYEBRZalVSlK9-2" parent="FFw6kcmiYEBRZalVSlK9-1" style="rounded=0;whiteSpace=wrap;html=1;fontSize=16;fillColor=#d5e8d4;strokeColor=#82b366;" value="补砖" vertex="1">
          <mxGeometry height="60" width="120" x="169" y="50" as="geometry" />
        </mxCell>
        <mxCell id="FFw6kcmiYEBRZalVSlK9-3" edge="1" parent="FFw6kcmiYEBRZalVSlK9-1" source="FFw6kcmiYEBRZalVSlK9-4" style="edgeStyle=none;curved=1;rounded=0;orthogonalLoop=1;jettySize=auto;html=1;exitX=1;exitY=0.5;exitDx=0;exitDy=0;fontSize=16;startSize=8;endSize=8;entryX=0;entryY=0.5;entryDx=0;entryDy=0;" target="FFw6kcmiYEBRZalVSlK9-2">
          <mxGeometry relative="1" as="geometry">
            <mxPoint x="159.99999999999977" y="80" as="targetPoint" />
          </mxGeometry>
        </mxCell>
        <mxCell id="FFw6kcmiYEBRZalVSlK9-4" parent="FFw6kcmiYEBRZalVSlK9-1" style="rounded=0;whiteSpace=wrap;html=1;fontSize=16;fillColor=#d5e8d4;strokeColor=#82b366;" value="半墙砖定商家" vertex="1">
          <mxGeometry height="60" width="120" x="22" y="50" as="geometry" />
        </mxCell>
      </root>
    </mxGraphModel>
  </diagram>
</mxfile>
